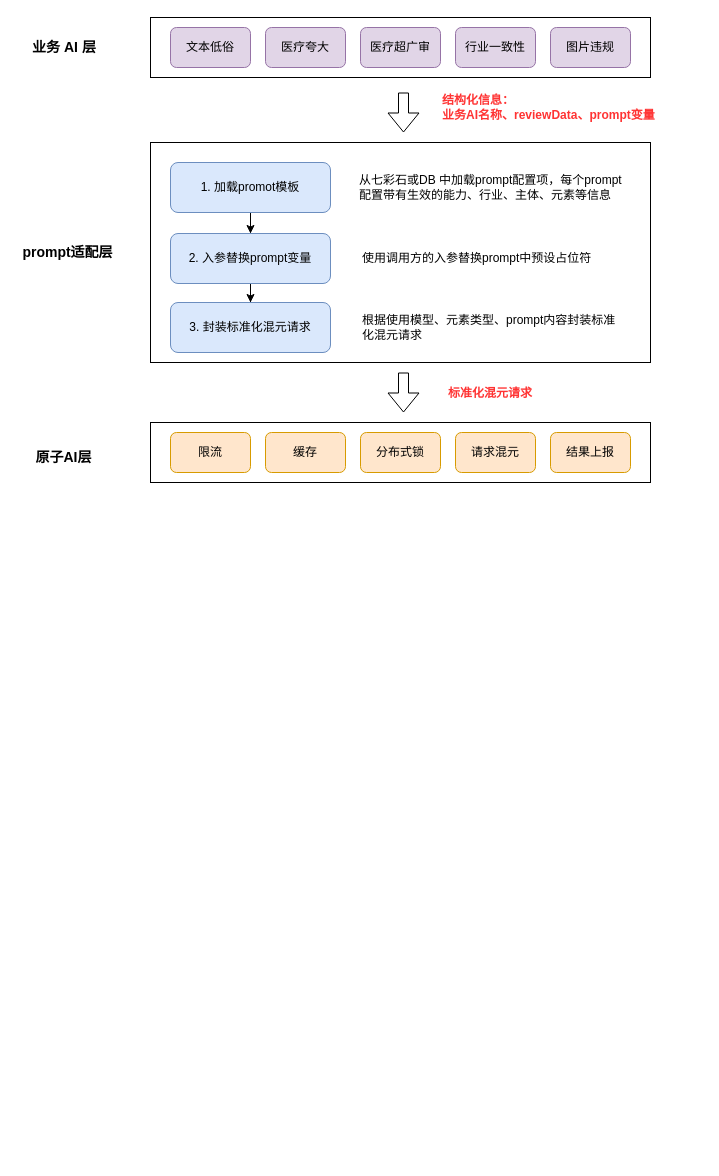
The draw.io diagram review/prompt管理架构图.drawio in IntronCheng/mydraw, before the edit. Source tidied: cells renumbered, new cells numbered last; positions are measured from the earlier drawing's top-left corner, leaving out a move shared by most shapes. Both pictures are drawn from the tidied source at 100%, with x=0, y=0 at pixel (16, 17).
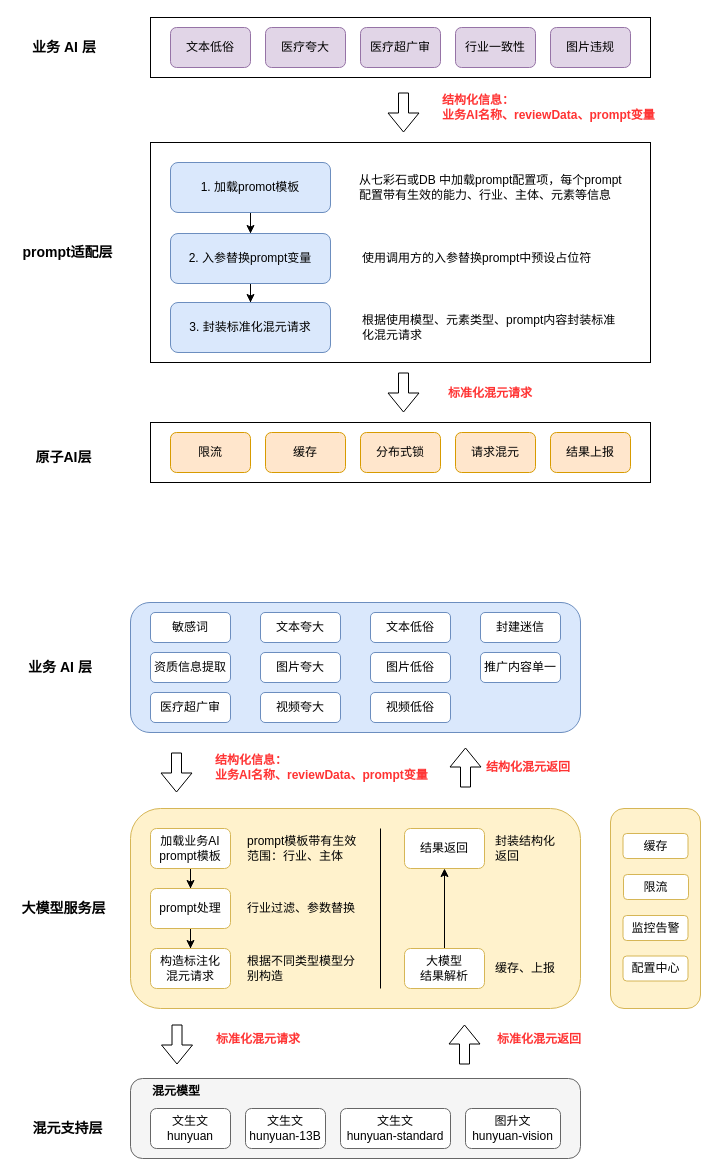
Above is the later version.

Commit message:
更新prompt管理架构图.drawio

Change to the diagram source:
```diff
@@
+    <mxCell id="30" style="rounded=1;whiteSpace=wrap;html=1;fillColor=#dae8fc;strokeColor=#6c8ebf;" parent="1" vertex="1">
+      <mxGeometry x="114" y="585" width="450" height="130" as="geometry" />
+    </mxCell>
+    <mxCell id="31" value="敏感词" style="rounded=1;whiteSpace=wrap;html=1;strokeColor=#6c8ebf;" parent="1" vertex="1">
+      <mxGeometry x="134" y="595" width="80" height="30" as="geometry" />
+    </mxCell>
+    <mxCell id="32" value="资质信息提取" style="rounded=1;whiteSpace=wrap;html=1;strokeColor=#6c8ebf;" parent="1" vertex="1">
+      <mxGeometry x="134" y="635" width="80" height="30" as="geometry" />
+    </mxCell>
+    <mxCell id="33" value="文本夸大" style="rounded=1;whiteSpace=wrap;html=1;strokeColor=#6c8ebf;" parent="1" vertex="1">
+      <mxGeometry x="244" y="595" width="80" height="30" as="geometry" />
+    </mxCell>
+    <mxCell id="34" value="图片夸大" style="rounded=1;whiteSpace=wrap;html=1;strokeColor=#6c8ebf;" parent="1" vertex="1">
+      <mxGeometry x="244" y="635" width="80" height="30" as="geometry" />
+    </mxCell>
+    <mxCell id="35" value="视频夸大" style="rounded=1;whiteSpace=wrap;html=1;strokeColor=#6c8ebf;" parent="1" vertex="1">
+      <mxGeometry x="244" y="675" width="80" height="30" as="geometry" />
+    </mxCell>
+    <mxCell id="36" value="医疗超广审" style="rounded=1;whiteSpace=wrap;html=1;strokeColor=#6c8ebf;" parent="1" vertex="1">
+      <mxGeometry x="134" y="675" width="80" height="30" as="geometry" />
+    </mxCell>
+    <mxCell id="37" value="文本低俗" style="rounded=1;whiteSpace=wrap;html=1;strokeColor=#6c8ebf;" parent="1" vertex="1">
+      <mxGeometry x="354" y="595" width="80" height="30" as="geometry" />
+    </mxCell>
+    <mxCell id="38" value="图片低俗" style="rounded=1;whiteSpace=wrap;html=1;strokeColor=#6c8ebf;" parent="1" vertex="1">
+      <mxGeometry x="354" y="635" width="80" height="30" as="geometry" />
+    </mxCell>
+    <mxCell id="39" value="视频低俗" style="rounded=1;whiteSpace=wrap;html=1;strokeColor=#6c8ebf;" parent="1" vertex="1">
+      <mxGeometry x="354" y="675" width="80" height="30" as="geometry" />
+    </mxCell>
+    <mxCell id="40" value="封建迷信" style="rounded=1;whiteSpace=wrap;html=1;strokeColor=#6c8ebf;" parent="1" vertex="1">
+      <mxGeometry x="464" y="595" width="80" height="30" as="geometry" />
+    </mxCell>
+    <mxCell id="41" value="推广内容单一" style="rounded=1;whiteSpace=wrap;html=1;strokeColor=#6c8ebf;" parent="1" vertex="1">
+      <mxGeometry x="464" y="635" width="80" height="30" as="geometry" />
+    </mxCell>
+    <mxCell id="42" value="业务 AI 层" style="text;html=1;align=center;verticalAlign=middle;whiteSpace=wrap;rounded=0;fontSize=14;fontStyle=1;" parent="1" vertex="1">
+      <mxGeometry x="0.2" y="635" width="87.5" height="30" as="geometry" />
+    </mxCell>
+    <mxCell id="43" style="rounded=1;whiteSpace=wrap;html=1;strokeColor=#d6b656;align=center;verticalAlign=middle;fontFamily=Helvetica;fontSize=12;fillColor=#fff2cc;" parent="1" vertex="1">
+      <mxGeometry x="114" y="791" width="450" height="200" as="geometry" />
+    </mxCell>
+    <mxCell id="44" style="edgeStyle=orthogonalEdgeStyle;rounded=0;jettySize=auto;html=1;exitX=0.5;exitY=1;exitDx=0;exitDy=0;fontFamily=Helvetica;fontSize=12;fontColor=default;" parent="1" edge="1" source="45" target="48">
+      <mxGeometry relative="1" as="geometry" />
+    </mxCell>
+    <mxCell id="45" value="加载业务AI prompt模板" style="rounded=1;whiteSpace=wrap;html=1;strokeColor=#d6b656;" parent="1" vertex="1">
+      <mxGeometry x="134" y="811" width="80" height="40" as="geometry" />
+    </mxCell>
+    <mxCell id="46" value="prompt模板带有生效范围：行业、主体" style="text;html=1;align=left;verticalAlign=middle;whiteSpace=wrap;rounded=0;fontColor=#000000;" parent="1" vertex="1">
+      <mxGeometry x="229" y="806" width="120" height="50" as="geometry" />
+    </mxCell>
+    <mxCell id="47" style="edgeStyle=orthogonalEdgeStyle;rounded=0;jettySize=auto;html=1;exitX=0.5;exitY=1;exitDx=0;exitDy=0;fontFamily=Helvetica;fontSize=12;fontColor=default;" parent="1" edge="1" source="48" target="49">
+      <mxGeometry relative="1" as="geometry" />
+    </mxCell>
+    <mxCell id="48" value="prompt处理" style="rounded=1;whiteSpace=wrap;html=1;strokeColor=#d6b656;" parent="1" vertex="1">
+      <mxGeometry x="134" y="871" width="80" height="40" as="geometry" />
+    </mxCell>
+    <mxCell id="49" value="构造标注化&lt;div&gt;混元请求&lt;/div&gt;" style="rounded=1;whiteSpace=wrap;html=1;strokeColor=#d6b656;" parent="1" vertex="1">
+      <mxGeometry x="134" y="931" width="80" height="40" as="geometry" />
+    </mxCell>
+    <mxCell id="50" value="行业过滤、参数替换" style="text;html=1;align=left;verticalAlign=middle;whiteSpace=wrap;rounded=0;fontColor=#000000;" parent="1" vertex="1">
+      <mxGeometry x="229" y="866" width="130" height="50" as="geometry" />
+    </mxCell>
+    <mxCell id="51" value="根据不同类型模型分别构造" style="text;html=1;align=left;verticalAlign=middle;whiteSpace=wrap;rounded=0;fontColor=#000000;" parent="1" vertex="1">
+      <mxGeometry x="229" y="926" width="115" height="50" as="geometry" />
+    </mxCell>
+    <mxCell id="52" style="endArrow=none;html=1;rounded=0;fontFamily=Helvetica;fontSize=12;fontColor=default;" parent="1" edge="1">
+      <mxGeometry relative="1" as="geometry">
+        <mxPoint x="364" y="971" as="sourcePoint" />
+        <mxPoint x="364" y="811" as="targetPoint" />
+      </mxGeometry>
+    </mxCell>
+    <mxCell id="53" style="edgeStyle=orthogonalEdgeStyle;rounded=0;jettySize=auto;html=1;exitX=0.5;exitY=0;exitDx=0;exitDy=0;fontFamily=Helvetica;fontSize=12;fontColor=default;" parent="1" edge="1" source="54" target="55">
+      <mxGeometry relative="1" as="geometry" />
+    </mxCell>
+    <mxCell id="54" value="大模型&lt;div&gt;结果解析&lt;/div&gt;" style="rounded=1;whiteSpace=wrap;html=1;strokeColor=#d6b656;" parent="1" vertex="1">
+      <mxGeometry x="388" y="931" width="80" height="40" as="geometry" />
+    </mxCell>
+    <mxCell id="55" value="结果返回" style="rounded=1;whiteSpace=wrap;html=1;strokeColor=#d6b656;" parent="1" vertex="1">
+      <mxGeometry x="388" y="811" width="80" height="40" as="geometry" />
+    </mxCell>
+    <mxCell id="56" value="缓存、上报" style="text;html=1;align=left;verticalAlign=middle;whiteSpace=wrap;rounded=0;fontColor=#000000;" parent="1" vertex="1">
+      <mxGeometry x="476.5" y="926" width="77.5" height="50" as="geometry" />
+    </mxCell>
+    <mxCell id="57" value="封装结构化返回" style="text;html=1;align=left;verticalAlign=middle;whiteSpace=wrap;rounded=0;fontColor=#000000;" parent="1" vertex="1">
+      <mxGeometry x="476.5" y="806" width="67.5" height="50" as="geometry" />
+    </mxCell>
+    <mxCell id="58" style="rounded=1;whiteSpace=wrap;html=1;strokeColor=#d6b656;align=center;verticalAlign=middle;fontFamily=Helvetica;fontSize=12;fillColor=#fff2cc;" parent="1" vertex="1">
+      <mxGeometry x="594" y="791" width="90" height="200" as="geometry" />
+    </mxCell>
+    <mxCell id="59" value="缓存" style="rounded=1;whiteSpace=wrap;html=1;strokeColor=#d6b656;" parent="1" vertex="1">
+      <mxGeometry x="606.5" y="816" width="65" height="25" as="geometry" />
+    </mxCell>
+    <mxCell id="60" value="限流" style="rounded=1;whiteSpace=wrap;html=1;strokeColor=#d6b656;" parent="1" vertex="1">
+      <mxGeometry x="607" y="857" width="65" height="25" as="geometry" />
+    </mxCell>
+    <mxCell id="61" value="监控告警" style="rounded=1;whiteSpace=wrap;html=1;strokeColor=#d6b656;" parent="1" vertex="1">
+      <mxGeometry x="606.5" y="898" width="65" height="25" as="geometry" />
+    </mxCell>
+    <mxCell id="62" value="配置中心" style="rounded=1;whiteSpace=wrap;html=1;strokeColor=#d6b656;" parent="1" vertex="1">
+      <mxGeometry x="606.5" y="938.5" width="65" height="25" as="geometry" />
+    </mxCell>
+    <mxCell id="63" value="大模型服务层" style="text;html=1;align=center;verticalAlign=middle;whiteSpace=wrap;rounded=0;fontSize=14;fontStyle=1;" parent="1" vertex="1">
+      <mxGeometry x="0.2" y="876" width="95" height="30" as="geometry" />
+    </mxCell>
+    <mxCell id="64" style="rounded=1;whiteSpace=wrap;html=1;strokeColor=#666666;align=center;verticalAlign=middle;fontFamily=Helvetica;fontSize=12;fillColor=#f5f5f5;fontColor=#333333;" parent="1" vertex="1">
+      <mxGeometry x="114" y="1061" width="450" height="80" as="geometry" />
+    </mxCell>
+    <mxCell id="65" value="&lt;div&gt;文生文&lt;br&gt;&lt;/div&gt;hunyuan" style="rounded=1;whiteSpace=wrap;html=1;strokeColor=#666666;" parent="1" vertex="1">
+      <mxGeometry x="134" y="1091" width="80" height="40" as="geometry" />
+    </mxCell>
+    <mxCell id="66" value="&lt;div&gt;文生文&lt;br&gt;&lt;/div&gt;hunyuan-13B" style="rounded=1;whiteSpace=wrap;html=1;strokeColor=#666666;" parent="1" vertex="1">
+      <mxGeometry x="229" y="1091" width="80" height="40" as="geometry" />
+    </mxCell>
+    <mxCell id="67" value="&lt;div&gt;文生文&lt;/div&gt;hunyuan-standard" style="rounded=1;whiteSpace=wrap;html=1;strokeColor=#666666;" parent="1" vertex="1">
+      <mxGeometry x="324" y="1091" width="110" height="40" as="geometry" />
+    </mxCell>
+    <mxCell id="68" value="&lt;div&gt;图升文&lt;/div&gt;hunyuan-vision" style="rounded=1;whiteSpace=wrap;html=1;strokeColor=#666666;" parent="1" vertex="1">
+      <mxGeometry x="449" y="1091" width="95" height="40" as="geometry" />
+    </mxCell>
+    <mxCell id="69" value="&lt;b&gt;混元模型&lt;/b&gt;" style="text;html=1;align=left;verticalAlign=middle;whiteSpace=wrap;rounded=0;fontColor=#000000;" parent="1" vertex="1">
+      <mxGeometry x="134" y="1064" width="50" height="20" as="geometry" />
+    </mxCell>
+    <mxCell id="70" style="edgeStyle=orthogonalEdgeStyle;rounded=0;orthogonalLoop=1;jettySize=auto;html=1;exitX=0.5;exitY=1;exitDx=0;exitDy=0;fontFamily=Helvetica;fontSize=12;fontColor=default;" parent="1" edge="1" source="69" target="69">
+      <mxGeometry relative="1" as="geometry" />
+    </mxCell>
+    <mxCell id="71" value="混元支持层" style="text;html=1;align=center;verticalAlign=middle;whiteSpace=wrap;rounded=0;fontSize=14;fontStyle=1;" parent="1" vertex="1">
+      <mxGeometry x="4" y="1096" width="95" height="30" as="geometry" />
+    </mxCell>
+    <mxCell id="72" style="shape=flexArrow;endArrow=classic;html=1;rounded=0;" parent="1" edge="1">
+      <mxGeometry relative="1" as="geometry">
+        <mxPoint x="160" y="735" as="sourcePoint" />
+        <mxPoint x="160" y="775" as="targetPoint" />
+      </mxGeometry>
+    </mxCell>
+    <mxCell id="73" value="结构化信息：&lt;div&gt;业务AI名称、&lt;span style=&quot;background-color: initial;&quot;&gt;reviewData、&lt;/span&gt;&lt;span style=&quot;background-color: initial;&quot;&gt;prompt变量&lt;/span&gt;&lt;/div&gt;" style="text;html=1;align=left;verticalAlign=middle;whiteSpace=wrap;rounded=0;fontColor=#FF3333;fontStyle=1;" parent="1" vertex="1">
+      <mxGeometry x="197" y="735" width="220" height="30" as="geometry" />
+    </mxCell>
+    <mxCell id="74" style="shape=flexArrow;endArrow=classic;html=1;rounded=0;" parent="1" edge="1">
+      <mxGeometry relative="1" as="geometry">
+        <mxPoint x="160.5" y="1007" as="sourcePoint" />
+        <mxPoint x="160.5" y="1047" as="targetPoint" />
+      </mxGeometry>
+    </mxCell>
+    <mxCell id="75" value="标准化混元请求" style="text;html=1;align=left;verticalAlign=middle;whiteSpace=wrap;rounded=0;fontColor=#FF3333;fontStyle=1;" parent="1" vertex="1">
+      <mxGeometry x="197.5" y="1007" width="96.5" height="30" as="geometry" />
+    </mxCell>
+    <mxCell id="76" style="shape=flexArrow;endArrow=classic;html=1;rounded=0;" parent="1" edge="1">
+      <mxGeometry relative="1" as="geometry">
+        <mxPoint x="448" y="1047" as="sourcePoint" />
+        <mxPoint x="448" y="1007" as="targetPoint" />
+      </mxGeometry>
+    </mxCell>
+    <mxCell id="77" value="标准化混元返回" style="text;html=1;align=left;verticalAlign=middle;whiteSpace=wrap;rounded=0;fontColor=#FF3333;fontStyle=1;" parent="1" vertex="1">
+      <mxGeometry x="479" y="1007" width="96.5" height="30" as="geometry" />
+    </mxCell>
+    <mxCell id="78" value="结构化混元返回" style="text;html=1;align=left;verticalAlign=middle;whiteSpace=wrap;rounded=0;fontColor=#FF3333;fontStyle=1;" parent="1" vertex="1">
+      <mxGeometry x="468" y="735" width="96" height="30" as="geometry" />
+    </mxCell>
+    <mxCell id="79" style="shape=flexArrow;endArrow=classic;html=1;rounded=0;" parent="1" edge="1">
+      <mxGeometry relative="1" as="geometry">
+        <mxPoint x="449" y="770" as="sourcePoint" />
+        <mxPoint x="449" y="730" as="targetPoint" />
+      </mxGeometry>
+    </mxCell>
```
